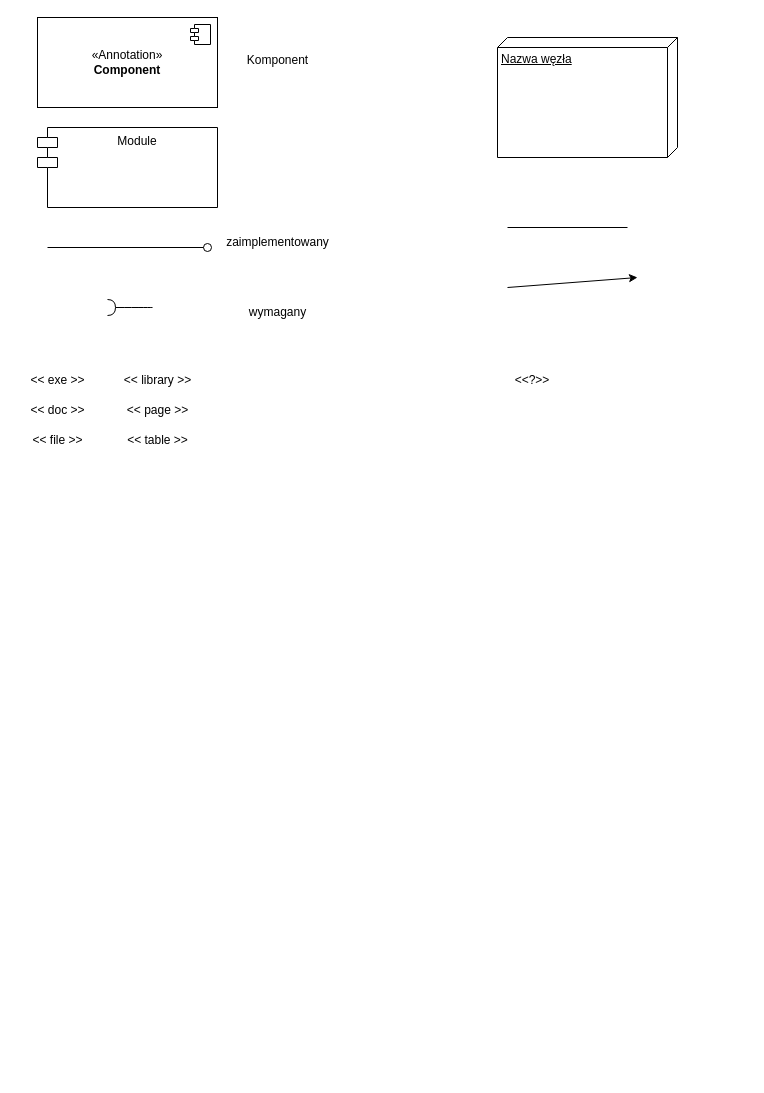
Before: Legenda do listy 7.drawio in 140070/Inz, a draw.io diagram. Source tidied: cells renumbered, new cells numbered last; positions are measured from the earlier drawing's top-left corner, leaving out a move shared by most shapes. Both pictures are drawn from the tidied source at 100%, with x=0, y=0 at pixel (17, 17).
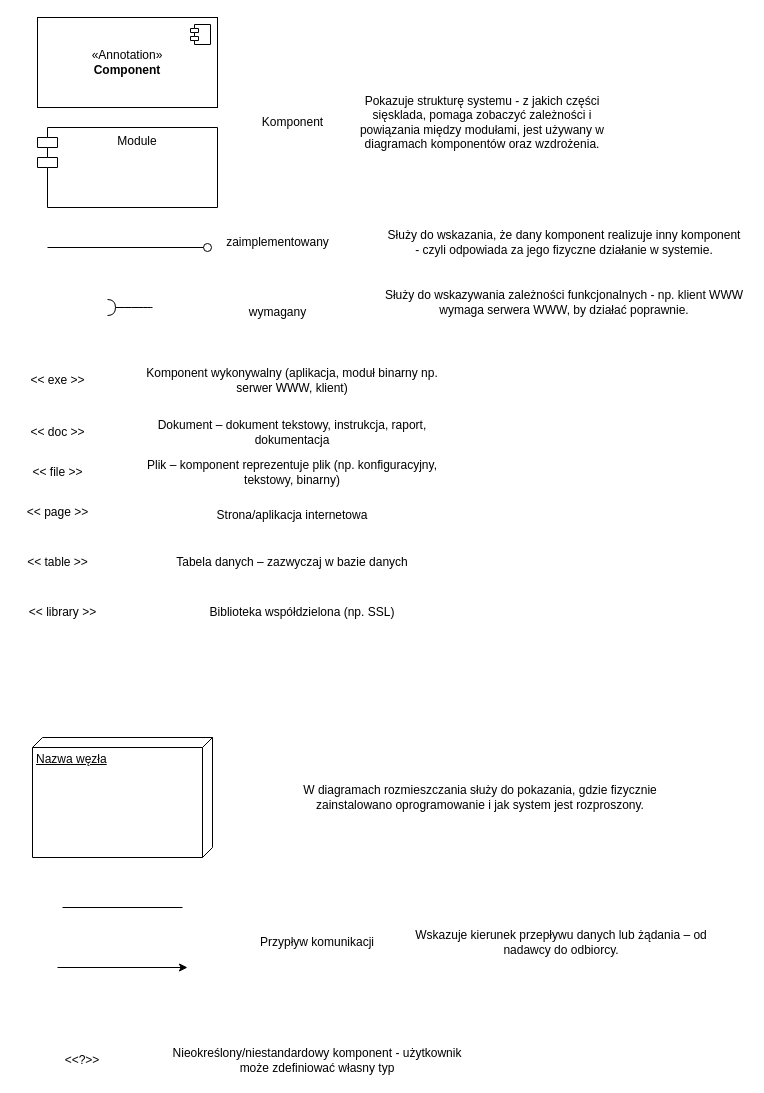
The same page after the edit.

The edit, as a diff of the source:
```diff
@@
     <mxCell id="4" value="Komponent" style="text;html=1;align=center;verticalAlign=middle;strokeColor=none;fillColor=none;" parent="1" vertex="1">
-      <mxGeometry x="220" y="28" width="80" height="30" as="geometry" />
+      <mxGeometry x="235" y="90" width="80" height="30" as="geometry" />
     </mxCell>
@@
     <mxCell id="12" value="&amp;lt;&amp;lt; doc &amp;gt;&amp;gt;" style="text;html=1;align=center;verticalAlign=middle;strokeColor=none;fillColor=none;" parent="1" vertex="1">
-      <mxGeometry y="378" width="80" height="30" as="geometry" />
+      <mxGeometry y="400" width="80" height="30" as="geometry" />
     </mxCell>
     <mxCell id="13" value="&amp;lt;&amp;lt; file &amp;gt;&amp;gt;" style="text;html=1;align=center;verticalAlign=middle;strokeColor=none;fillColor=none;" parent="1" vertex="1">
-      <mxGeometry x="5" y="408" width="70" height="30" as="geometry" />
+      <mxGeometry x="5" y="440" width="70" height="30" as="geometry" />
     </mxCell>
     <mxCell id="14" value="&amp;lt;&amp;lt; library &amp;gt;&amp;gt;" style="text;html=1;align=center;verticalAlign=middle;strokeColor=none;fillColor=none;" parent="1" vertex="1">
-      <mxGeometry x="95" y="348" width="90" height="30" as="geometry" />
+      <mxGeometry y="580" width="90" height="30" as="geometry" />
     </mxCell>
     <mxCell id="15" value="&amp;lt;&amp;lt; page &amp;gt;&amp;gt;" style="text;html=1;align=center;verticalAlign=middle;strokeColor=none;fillColor=none;" parent="1" vertex="1">
-      <mxGeometry x="100" y="378" width="80" height="30" as="geometry" />
+      <mxGeometry y="480" width="80" height="30" as="geometry" />
     </mxCell>
     <mxCell id="16" value="&amp;lt;&amp;lt; table &amp;gt;&amp;gt;" style="text;html=1;align=center;verticalAlign=middle;strokeColor=none;fillColor=none;" parent="1" vertex="1">
-      <mxGeometry x="100" y="408" width="80" height="30" as="geometry" />
+      <mxGeometry y="530" width="80" height="30" as="geometry" />
     </mxCell>
     <mxCell id="17" value="Nazwa węzła" style="verticalAlign=top;align=left;spacingTop=8;spacingLeft=2;spacingRight=12;shape=cube;size=10;direction=south;fontStyle=4;html=1;whiteSpace=wrap;" parent="1" vertex="1">
-      <mxGeometry x="480" y="20" width="180" height="120" as="geometry" />
+      <mxGeometry x="15" y="720" width="180" height="120" as="geometry" />
     </mxCell>
     <mxCell id="18" style="endArrow=none;html=1;rounded=0;" parent="1" edge="1">
       <mxGeometry relative="1" as="geometry">
-        <mxPoint x="490" y="210" as="sourcePoint" />
-        <mxPoint x="610" y="210" as="targetPoint" />
+        <mxPoint x="45" y="890" as="sourcePoint" />
+        <mxPoint x="165" y="890" as="targetPoint" />
       </mxGeometry>
     </mxCell>
     <mxCell id="19" style="endArrow=classic;html=1;rounded=0;" parent="1" edge="1">
       <mxGeometry relative="1" as="geometry">
-        <mxPoint x="490" y="270" as="sourcePoint" />
-        <mxPoint x="620" y="260" as="targetPoint" />
+        <mxPoint x="40" y="950" as="sourcePoint" />
+        <mxPoint x="170" y="950" as="targetPoint" />
       </mxGeometry>
     </mxCell>
     <mxCell id="20" value="&amp;lt;&amp;lt;?&amp;gt;&amp;gt;" style="text;html=1;align=center;verticalAlign=middle;whiteSpace=wrap;rounded=0;" parent="1" vertex="1">
-      <mxGeometry x="470" y="348" width="90" height="30" as="geometry" />
+      <mxGeometry x="20" y="1028" width="90" height="30" as="geometry" />
     </mxCell>
+    <mxCell id="21" value="Służy do wskazania, że dany komponent realizuje inny komponent&lt;br&gt;- czyli odpowiada za jego fizyczne działanie w systemie." style="text;html=1;align=center;verticalAlign=middle;whiteSpace=wrap;rounded=0;" parent="1" vertex="1">
+      <mxGeometry x="364" y="210" width="366" height="30" as="geometry" />
+    </mxCell>
+    <mxCell id="22" value="Służy do wskazywania zależności funkcjonalnych - np. klient WWW wymaga serwera WWW, by działać poprawnie." style="text;html=1;align=center;verticalAlign=middle;whiteSpace=wrap;rounded=0;" parent="1" vertex="1">
+      <mxGeometry x="364" y="270" width="366" height="30" as="geometry" />
+    </mxCell>
+    <mxCell id="23" value="W diagramach rozmieszczania służy do pokazania, gdzie fizycznie zainstalowano oprogramowanie i jak system jest rozproszony." style="text;html=1;align=center;verticalAlign=middle;whiteSpace=wrap;rounded=0;" parent="1" vertex="1">
+      <mxGeometry x="280" y="765" width="366" height="30" as="geometry" />
+    </mxCell>
+    <mxCell id="24" value="Komponent wykonywalny (aplikacja, moduł binarny np. serwer WWW, klient)" style="text;html=1;align=center;verticalAlign=middle;whiteSpace=wrap;rounded=0;" parent="1" vertex="1">
+      <mxGeometry x="110" y="348" width="330" height="30" as="geometry" />
+    </mxCell>
+    <mxCell id="25" value="&lt;span style=&quot;&quot;&gt;Dokument&lt;/span&gt; – dokument tekstowy, instrukcja, raport, dokumentacja" style="text;html=1;align=center;verticalAlign=middle;whiteSpace=wrap;rounded=0;" parent="1" vertex="1">
+      <mxGeometry x="110" y="400" width="330" height="30" as="geometry" />
+    </mxCell>
+    <mxCell id="26" value="&lt;span style=&quot;&quot;&gt;Plik&lt;/span&gt; – komponent reprezentuje plik (np. konfiguracyjny, tekstowy, binarny)" style="text;html=1;align=center;verticalAlign=middle;whiteSpace=wrap;rounded=0;" parent="1" vertex="1">
+      <mxGeometry x="110" y="440" width="330" height="30" as="geometry" />
+    </mxCell>
+    <mxCell id="27" value="&lt;table&gt;&lt;tbody&gt;&lt;tr&gt;&lt;td class=&quot;max-w-[calc(var(--thread-content-max-width)*2/3)]&quot;&gt;&lt;code&gt;&lt;/code&gt;&lt;/td&gt;&lt;/tr&gt;&lt;/tbody&gt;&lt;/table&gt;&lt;table&gt;&lt;tbody&gt;&lt;tr&gt;&lt;td class=&quot;max-w-[calc(var(--thread-content-max-width)*2/3)]&quot;&gt;Strona/aplikacja internetowa&lt;/td&gt;&lt;/tr&gt;&lt;/tbody&gt;&lt;/table&gt;" style="text;html=1;align=center;verticalAlign=middle;whiteSpace=wrap;rounded=0;" parent="1" vertex="1">
+      <mxGeometry x="110" y="480" width="330" height="30" as="geometry" />
+    </mxCell>
+    <mxCell id="28" value="&lt;span style=&quot;&quot;&gt;Tabela danych&lt;/span&gt; – zazwyczaj w bazie danych" style="text;html=1;align=center;verticalAlign=middle;whiteSpace=wrap;rounded=0;" parent="1" vertex="1">
+      <mxGeometry x="110" y="530" width="330" height="30" as="geometry" />
+    </mxCell>
+    <mxCell id="29" value="Biblioteka współdzielona (np. SSL)" style="text;html=1;align=center;verticalAlign=middle;whiteSpace=wrap;rounded=0;" parent="1" vertex="1">
+      <mxGeometry x="120" y="580" width="330" height="30" as="geometry" />
+    </mxCell>
+    <mxCell id="30" value="Przypływ komunikacji" style="text;html=1;align=center;verticalAlign=middle;whiteSpace=wrap;rounded=0;" parent="1" vertex="1">
+      <mxGeometry x="160" y="910" width="280" height="30" as="geometry" />
+    </mxCell>
+    <mxCell id="31" value="Nieokreślony/niestandardowy komponent - użytkownik może zdefiniować własny typ" style="text;html=1;align=center;verticalAlign=middle;whiteSpace=wrap;rounded=0;" parent="1" vertex="1">
+      <mxGeometry x="140" y="1028" width="320" height="30" as="geometry" />
+    </mxCell>
+    <mxCell id="32" value="Pokazuje strukturę systemu - z jakich części sięsklada, pomaga zobaczyć zależności i powiązania między modułami, jest używany w diagramach komponentów oraz wzdrożenia." style="text;html=1;align=center;verticalAlign=middle;whiteSpace=wrap;rounded=0;" parent="1" vertex="1">
+      <mxGeometry x="325" y="76" width="280" height="58" as="geometry" />
+    </mxCell>
+    <mxCell id="33" value="Wskazuje &lt;span style=&quot;&quot;&gt;kierunek przepływu danych lub żądania&lt;/span&gt; – od nadawcy do odbiorcy." style="text;html=1;align=center;verticalAlign=middle;whiteSpace=wrap;rounded=0;" parent="1" vertex="1">
+      <mxGeometry x="394" y="910" width="300" height="30" as="geometry" />
+    </mxCell>
```
